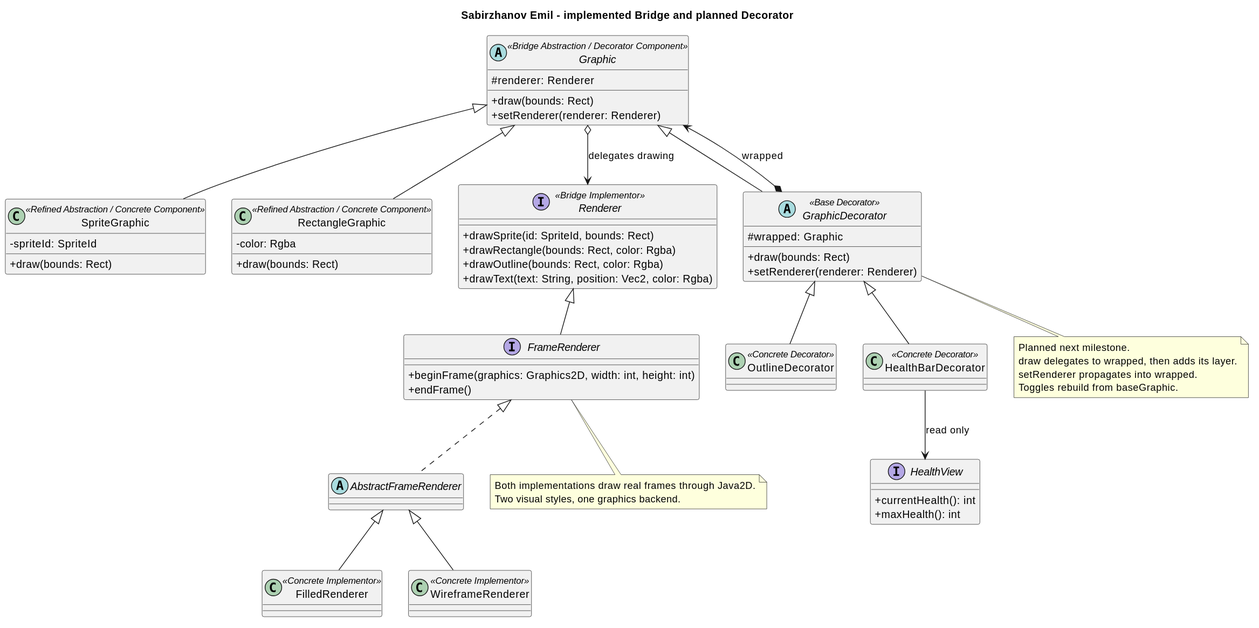
The PlantUML diagram docs/uml/rendered/rendering-patterns.svg in AlmazCode/JSE, before a commit.
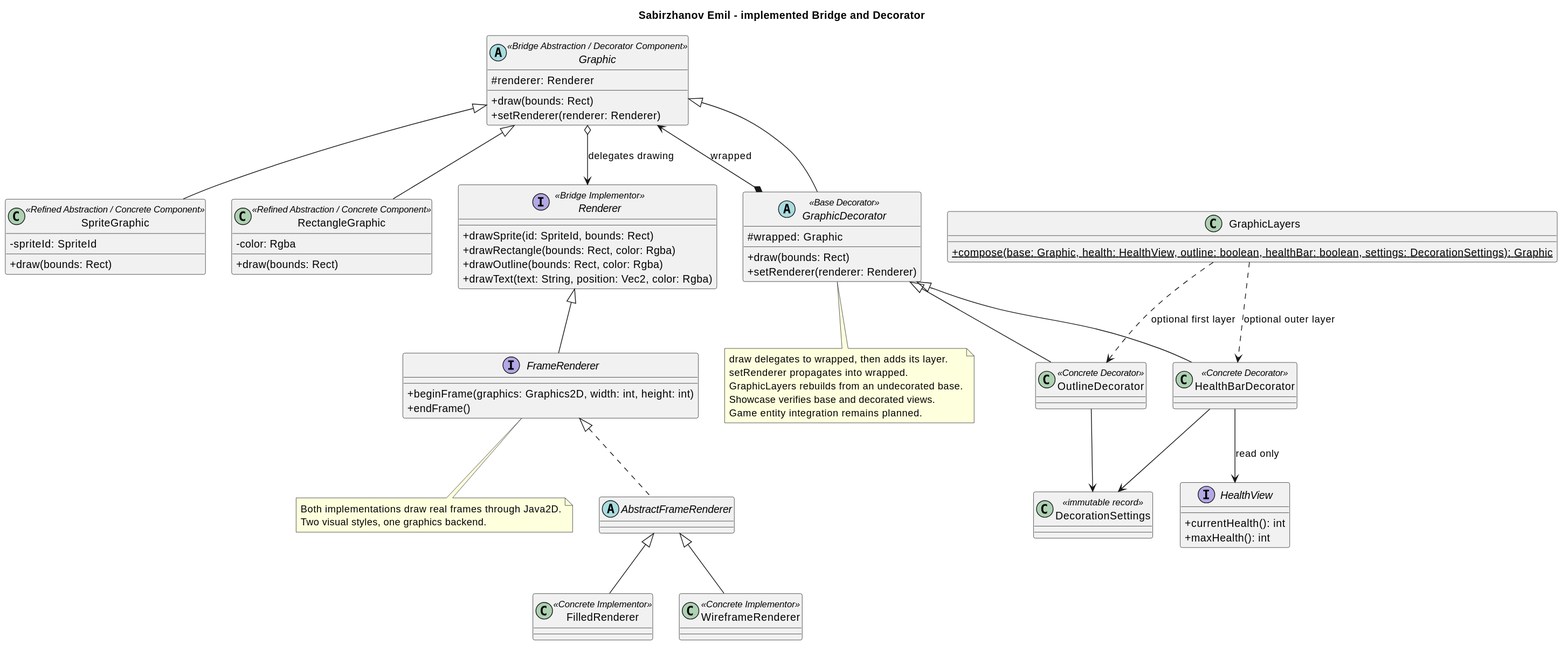
Later version of the same file.

Diff of the diagram source:
```diff
@@ -1,5 +1,5 @@
 @startuml
-title Sabirzhanov Emil - implemented Bridge and planned Decorator
+title Sabirzhanov Emil - implemented Bridge and Decorator
 skinparam classAttributeIconSize 0
 abstract class Graphic <<Bridge Abstraction / Decorator Component>> {
   # renderer: Renderer
@@ -34,6 +34,10 @@
 }
 class OutlineDecorator <<Concrete Decorator>>
 class HealthBarDecorator <<Concrete Decorator>>
+class DecorationSettings <<immutable record>>
+class GraphicLayers {
+  + {static} compose(base: Graphic, health: HealthView, outline: boolean, healthBar: boolean, settings: DecorationSettings): Graphic
+}
 interface HealthView {
   + currentHealth(): int
   + maxHealth(): int
@@ -50,11 +54,16 @@
 GraphicDecorator <|-- OutlineDecorator
 GraphicDecorator <|-- HealthBarDecorator
 HealthBarDecorator --> HealthView : read only
+OutlineDecorator --> DecorationSettings
+HealthBarDecorator --> DecorationSettings
+GraphicLayers ..> OutlineDecorator : optional first layer
+GraphicLayers ..> HealthBarDecorator : optional outer layer
 note bottom of GraphicDecorator
-Planned next milestone.
 draw delegates to wrapped, then adds its layer.
 setRenderer propagates into wrapped.
-Toggles rebuild from baseGraphic.
+GraphicLayers rebuilds from an undecorated base.
+Showcase verifies base and decorated views.
+Game entity integration remains planned.
 end note
 note bottom of FrameRenderer
 Both implementations draw real frames through Java2D.
```
